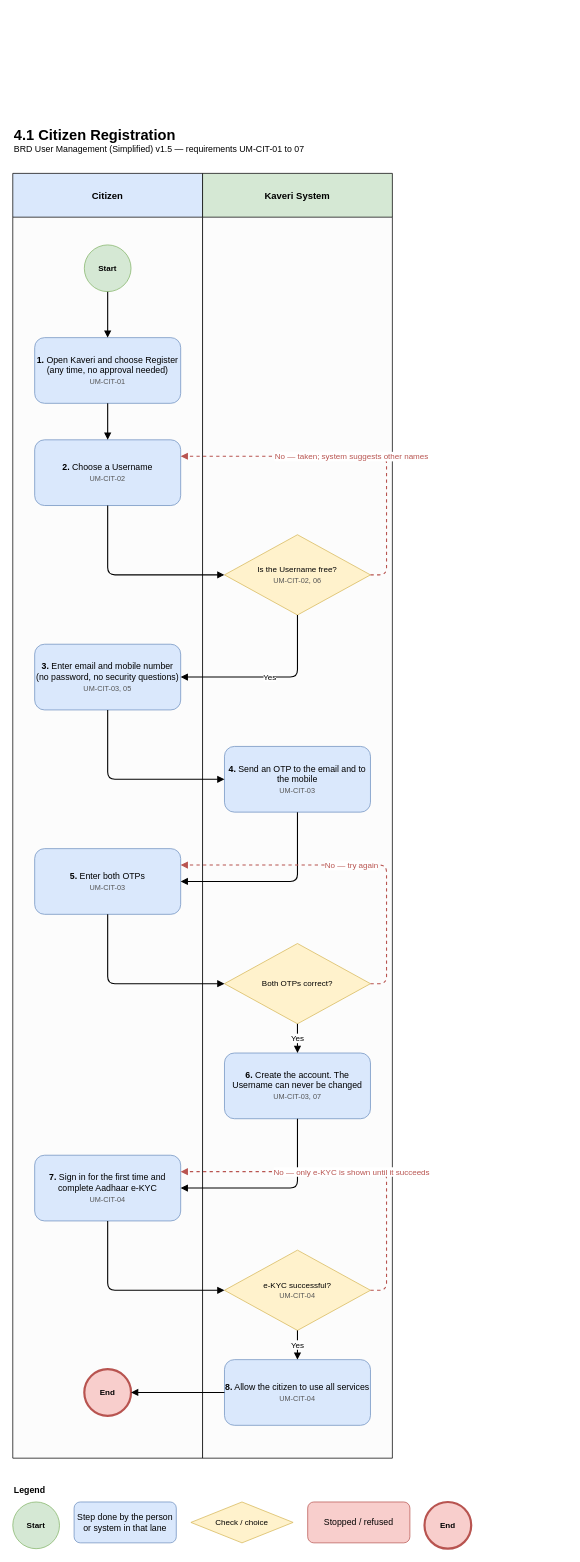
Above: Finalized BRD/User Management/NewProcessDiagram/UM_4_01_Citizen_Registration.drawio in mvprash/Kaveri3Plan (draw.io), before the change. Source tidied: cells renumbered, new cells numbered last; positions are measured from the earlier drawing's top-left corner, leaving out a move shared by most shapes. Both pictures are drawn from the tidied source at 73%, with x=0, y=0 at pixel (12, 115).
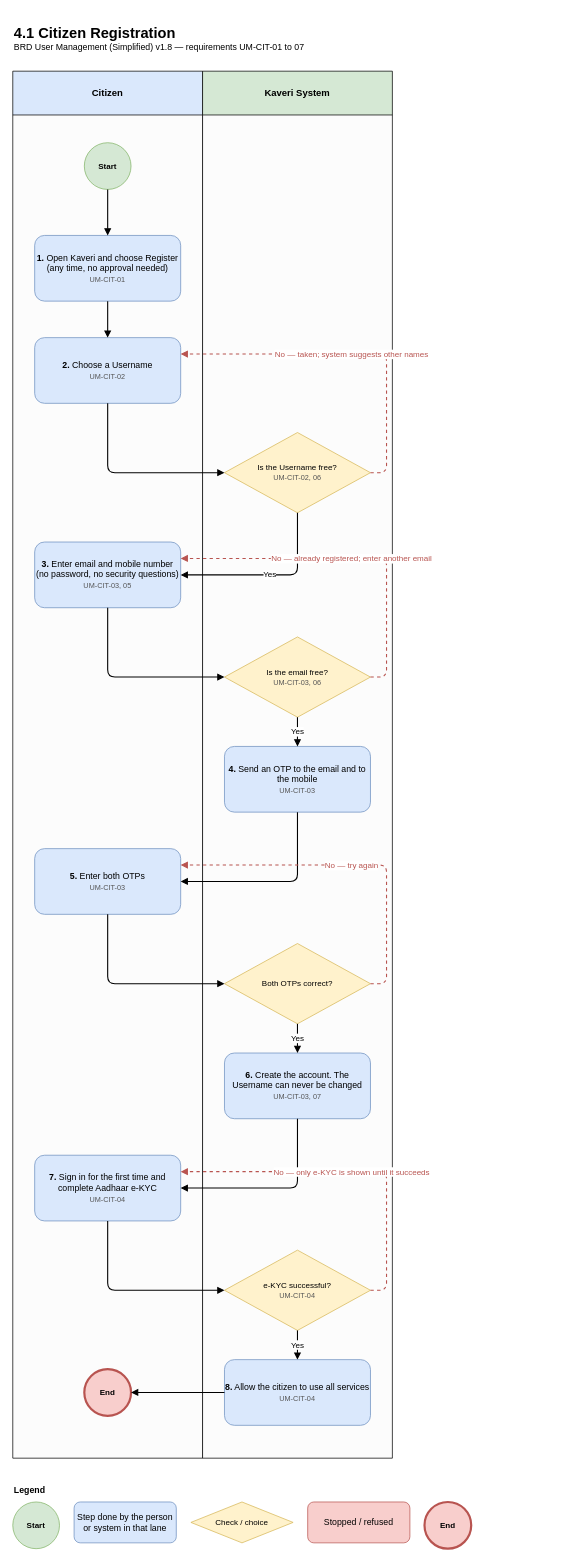
The same page after the edit.

Unchanged cells that the change refers to:
```xml
<mxCell id="10" value="&lt;b&gt;4.&lt;/b&gt; Send an OTP to the email and to the mobile&lt;br&gt;&lt;font style='font-size:10px' color='#555555'&gt;UM-CIT-03&lt;/font&gt;" style="rounded=1;whiteSpace=wrap;html=1;fillColor=#dae8fc;strokeColor=#6c8ebf;fontSize=12;" parent="1" vertex="1">
  <mxGeometry x="290" y="865" width="200" height="90" as="geometry" />
</mxCell>
```

What changed in the source:
```diff
@@
     <mxCell id="2" value="Citizen" style="swimlane;horizontal=1;html=1;startSize=60;whiteSpace=wrap;fillColor=#dae8fc;swimlaneFillColor=#fcfcfc;fontSize=13;fontStyle=1;" parent="1" vertex="1">
-      <mxGeometry y="80" width="260" height="1760" as="geometry" />
+      <mxGeometry y="-60" width="260" height="1900" as="geometry" />
     </mxCell>
     <mxCell id="3" value="Kaveri System" style="swimlane;horizontal=1;html=1;startSize=60;whiteSpace=wrap;fillColor=#d5e8d4;swimlaneFillColor=#fcfcfc;fontSize=13;fontStyle=1;" parent="1" vertex="1">
-      <mxGeometry x="260" y="80" width="260" height="1760" as="geometry" />
+      <mxGeometry x="260" y="-60" width="260" height="1900" as="geometry" />
     </mxCell>
-    <mxCell id="4" value="&lt;b style='font-size:20px'&gt;4.1 Citizen Registration&lt;/b&gt;&lt;br&gt;&lt;span style='font-size:12px'&gt;BRD User Management (Simplified) v1.5 — requirements UM-CIT-01 to 07&lt;/span&gt;" style="text;html=1;align=left;verticalAlign=middle;whiteSpace=wrap;" parent="1" vertex="1">
-      <mxGeometry width="760" height="70" as="geometry" />
+    <mxCell id="4" value="&lt;b style='font-size:20px'&gt;4.1 Citizen Registration&lt;/b&gt;&lt;br&gt;&lt;span style='font-size:12px'&gt;BRD User Management (Simplified) v1.8 — requirements UM-CIT-01 to 07&lt;/span&gt;" style="text;html=1;align=left;verticalAlign=middle;whiteSpace=wrap;" parent="1" vertex="1">
+      <mxGeometry y="-140" width="760" height="70" as="geometry" />
     </mxCell>
     <mxCell id="5" value="Start" style="ellipse;whiteSpace=wrap;html=1;fillColor=#d5e8d4;strokeColor=#82b366;fontSize=11;fontStyle=1;" parent="1" vertex="1">
-      <mxGeometry x="98" y="178" width="64" height="64" as="geometry" />
+      <mxGeometry x="98" y="38" width="64" height="64" as="geometry" />
     </mxCell>
     <mxCell id="6" value="&lt;b&gt;1.&lt;/b&gt; Open Kaveri and choose Register (any time, no approval needed)&lt;br&gt;&lt;font style='font-size:10px' color='#555555'&gt;UM-CIT-01&lt;/font&gt;" style="rounded=1;whiteSpace=wrap;html=1;fillColor=#dae8fc;strokeColor=#6c8ebf;fontSize=12;" parent="1" vertex="1">
-      <mxGeometry x="30" y="305" width="200" height="90" as="geometry" />
+      <mxGeometry x="30" y="165" width="200" height="90" as="geometry" />
     </mxCell>
     <mxCell id="7" value="&lt;b&gt;2.&lt;/b&gt; Choose a Username&lt;br&gt;&lt;font style='font-size:10px' color='#555555'&gt;UM-CIT-02&lt;/font&gt;" style="rounded=1;whiteSpace=wrap;html=1;fillColor=#dae8fc;strokeColor=#6c8ebf;fontSize=12;" parent="1" vertex="1">
-      <mxGeometry x="30" y="445" width="200" height="90" as="geometry" />
+      <mxGeometry x="30" y="305" width="200" height="90" as="geometry" />
     </mxCell>
     <mxCell id="8" value="Is the Username free?&lt;br&gt;&lt;font style='font-size:10px' color='#555555'&gt;UM-CIT-02, 06&lt;/font&gt;" style="rhombus;whiteSpace=wrap;html=1;fillColor=#fff2cc;strokeColor=#d6b656;fontSize=11;" parent="1" vertex="1">
-      <mxGeometry x="290" y="575" width="200" height="110" as="geometry" />
+      <mxGeometry x="290" y="435" width="200" height="110" as="geometry" />
     </mxCell>
     <mxCell id="9" value="&lt;b&gt;3.&lt;/b&gt; Enter email and mobile number (no password, no security questions)&lt;br&gt;&lt;font style='font-size:10px' color='#555555'&gt;UM-CIT-03, 05&lt;/font&gt;" style="rounded=1;whiteSpace=wrap;html=1;fillColor=#dae8fc;strokeColor=#6c8ebf;fontSize=12;" parent="1" vertex="1">
-      <mxGeometry x="30" y="725" width="200" height="90" as="geometry" />
+      <mxGeometry x="30" y="585" width="200" height="90" as="geometry" />
     </mxCell>
+    <mxCell id="39" value="Is the email free?&lt;br&gt;&lt;font style='font-size:10px' color='#555555'&gt;UM-CIT-03, 06&lt;/font&gt;" style="rhombus;whiteSpace=wrap;html=1;fillColor=#fff2cc;strokeColor=#d6b656;fontSize=11;" parent="1" vertex="1">
+      <mxGeometry x="290" y="715" width="200" height="110" as="geometry" />
+    </mxCell>
@@
     <mxCell id="21" value="No — taken; system suggests other names" style="edgeStyle=orthogonalEdgeStyle;rounded=1;html=1;endArrow=block;endFill=1;strokeWidth=1.5;fontSize=11;labelBackgroundColor=#ffffff;dashed=1;strokeColor=#b85450;fontColor=#b85450;exitX=1;exitY=0.5;entryX=1;entryY=0.25;" parent="1" edge="1" source="8" target="7">
       <mxGeometry relative="1" as="geometry">
         <Array as="points">
-          <mxPoint x="512" y="630" />
-          <mxPoint x="512" y="467" />
+          <mxPoint x="512" y="490" />
+          <mxPoint x="512" y="327" />
         </Array>
       </mxGeometry>
     </mxCell>
@@
-    <mxCell id="23" style="edgeStyle=orthogonalEdgeStyle;rounded=1;html=1;endArrow=block;endFill=1;strokeWidth=1.5;fontSize=11;labelBackgroundColor=#ffffff;exitX=0.5;exitY=1;entryX=0;entryY=0.5;" parent="1" edge="1" source="9" target="10">
-      <mxGeometry relative="1" as="geometry" />
-    </mxCell>
+    <mxCell id="40" style="edgeStyle=orthogonalEdgeStyle;rounded=1;html=1;endArrow=block;endFill=1;strokeWidth=1.5;fontSize=11;labelBackgroundColor=#ffffff;exitX=0.5;exitY=1;entryX=0;entryY=0.5;" parent="1" edge="1" source="9" target="39">
+      <mxGeometry relative="1" as="geometry" />
+    </mxCell>
+    <mxCell id="41" value="No — already registered; enter another email" style="edgeStyle=orthogonalEdgeStyle;rounded=1;html=1;endArrow=block;endFill=1;strokeWidth=1.5;fontSize=11;labelBackgroundColor=#ffffff;dashed=1;strokeColor=#b85450;fontColor=#b85450;exitX=1;exitY=0.5;entryX=1;entryY=0.25;" parent="1" edge="1" source="39" target="9">
+      <mxGeometry relative="1" as="geometry">
+        <Array as="points">
+          <mxPoint x="512" y="770" />
+          <mxPoint x="512" y="607" />
+        </Array>
+      </mxGeometry>
+    </mxCell>
+    <mxCell id="42" value="Yes" style="edgeStyle=orthogonalEdgeStyle;rounded=1;html=1;endArrow=block;endFill=1;strokeWidth=1.5;fontSize=11;labelBackgroundColor=#ffffff;exitX=0.5;exitY=1;entryX=0.5;entryY=0;" parent="1" edge="1" source="39" target="10">
+      <mxGeometry relative="1" as="geometry" />
+    </mxCell>
```
